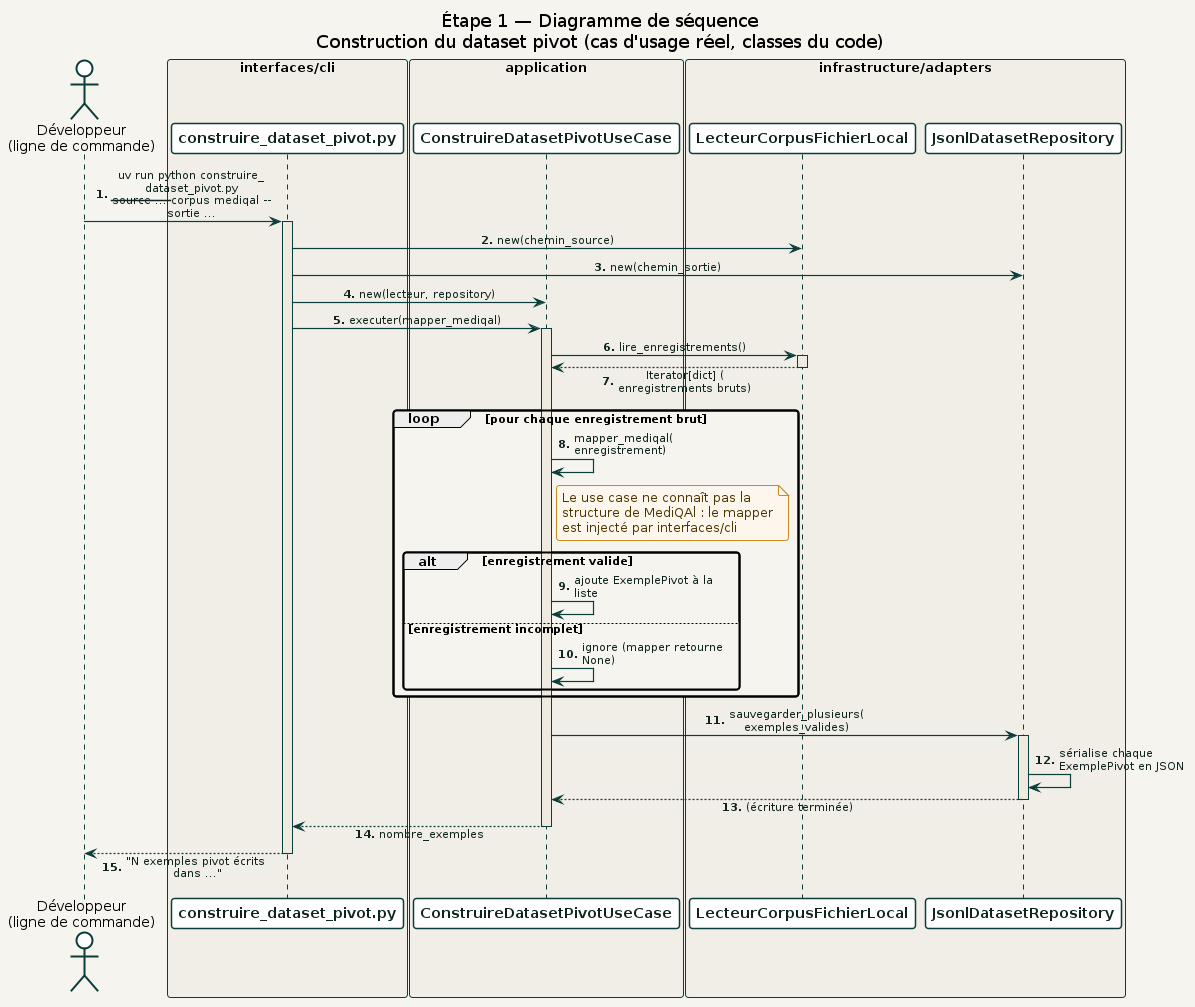
Earlier version of the PlantUML export docs/diagrams/02_etape1_donnees/sequence/construction_dataset_pivot.png (racemartin/m14_ocr). Its source is kept beside it as docs/diagrams/02_etape1_donnees/sequence/construction_dataset_pivot.puml. Source of this version:
```plantuml
@startuml construction_dataset_pivot
!include ../../_common/estilo.iuml

title Étape 1 — Diagramme de séquence\nConstruction du dataset pivot (cas d'usage réel, classes du code)

actor "Développeur\n(ligne de commande)" as Dev

box "interfaces/cli" #F0EEE7
  participant "construire_dataset_pivot.py" as CLI
end box

box "application" #F0EEE7
  participant "ConstruireDatasetPivotUseCase" as UC
end box

box "infrastructure/adapters" #F0EEE7
  participant "LecteurCorpusFichierLocal" as Lecteur
  participant "JsonlDatasetRepository" as Repo
end box

autonumber "<b>0."

Dev -> CLI : uv run python construire_dataset_pivot.py\n--source ... --corpus mediqal --sortie ...
activate CLI

CLI -> Lecteur : new(chemin_source)
CLI -> Repo : new(chemin_sortie)
CLI -> UC : new(lecteur, repository)

CLI -> UC : executer(mapper_mediqal)
activate UC

UC -> Lecteur : lire_enregistrements()
activate Lecteur
Lecteur --> UC : Iterator[dict] (enregistrements bruts)
deactivate Lecteur

loop pour chaque enregistrement brut
  UC -> UC : mapper_mediqal(enregistrement)
  note right of UC
    Le use case ne connaît pas la
    structure de MediQAl : le mapper
    est injecté par interfaces/cli
  end note

  alt enregistrement valide
    UC -> UC : ajoute ExemplePivot à la liste
  else enregistrement incomplet
    UC -> UC : ignore (mapper retourne None)
  end
end

UC -> Repo : sauvegarder_plusieurs(exemples_valides)
activate Repo
Repo -> Repo : sérialise chaque ExemplePivot en JSON
Repo --> UC : (écriture terminée)
deactivate Repo

UC --> CLI : nombre_exemples
deactivate UC

CLI --> Dev : "N exemples pivot écrits dans ..."
deactivate CLI

@enduml
```
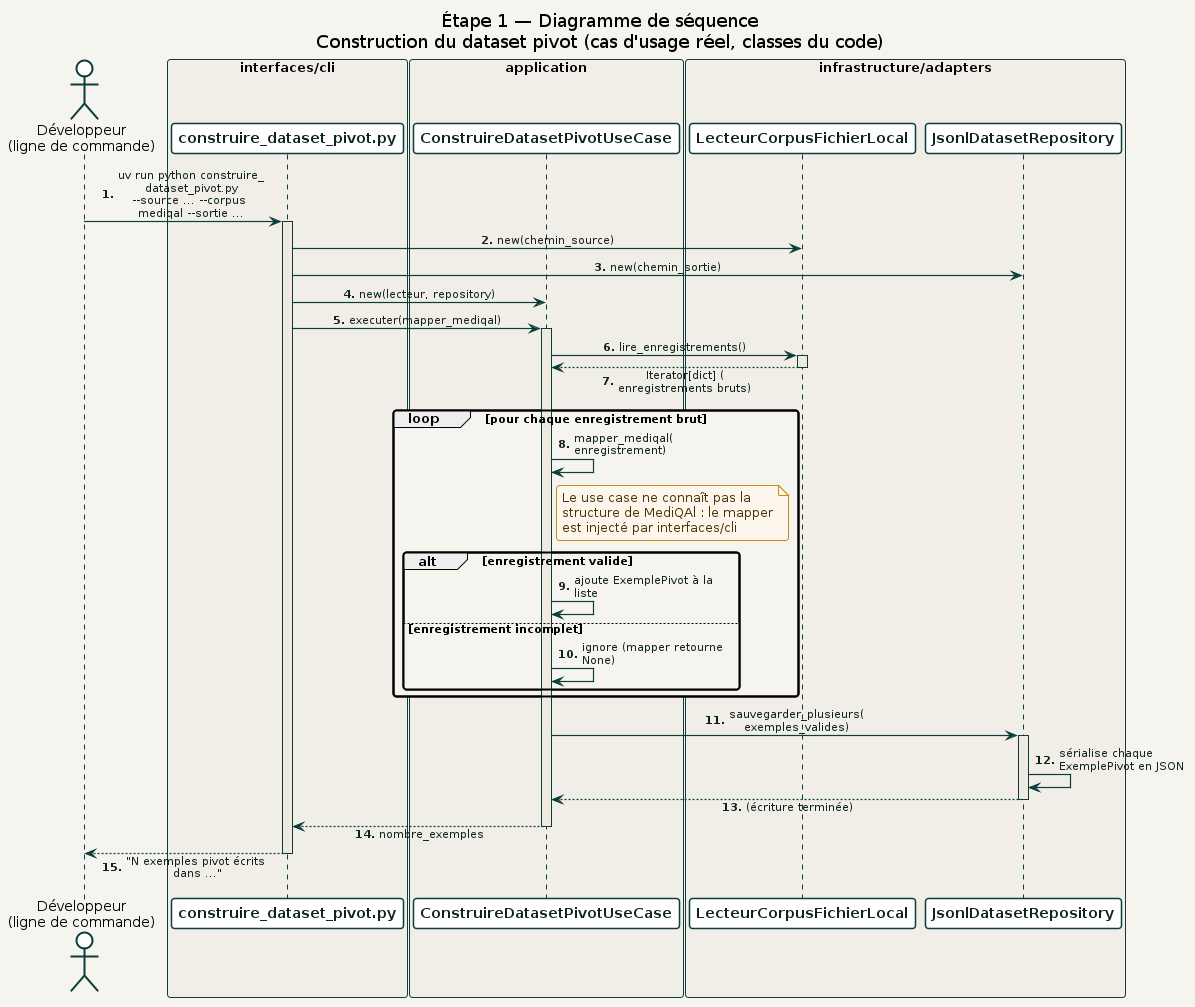
After the commit.

What changed in the source:
```diff
@@ -20,7 +20,7 @@
 
 autonumber "<b>0."
 
-Dev -> CLI : uv run python construire_dataset_pivot.py\n--source ... --corpus mediqal --sortie ...
+Dev -> CLI : uv run python construire_dataset_pivot.py\n~-~-source ... ~-~-corpus mediqal ~-~-sortie ...
 activate CLI
 
 CLI -> Lecteur : new(chemin_source)
```
